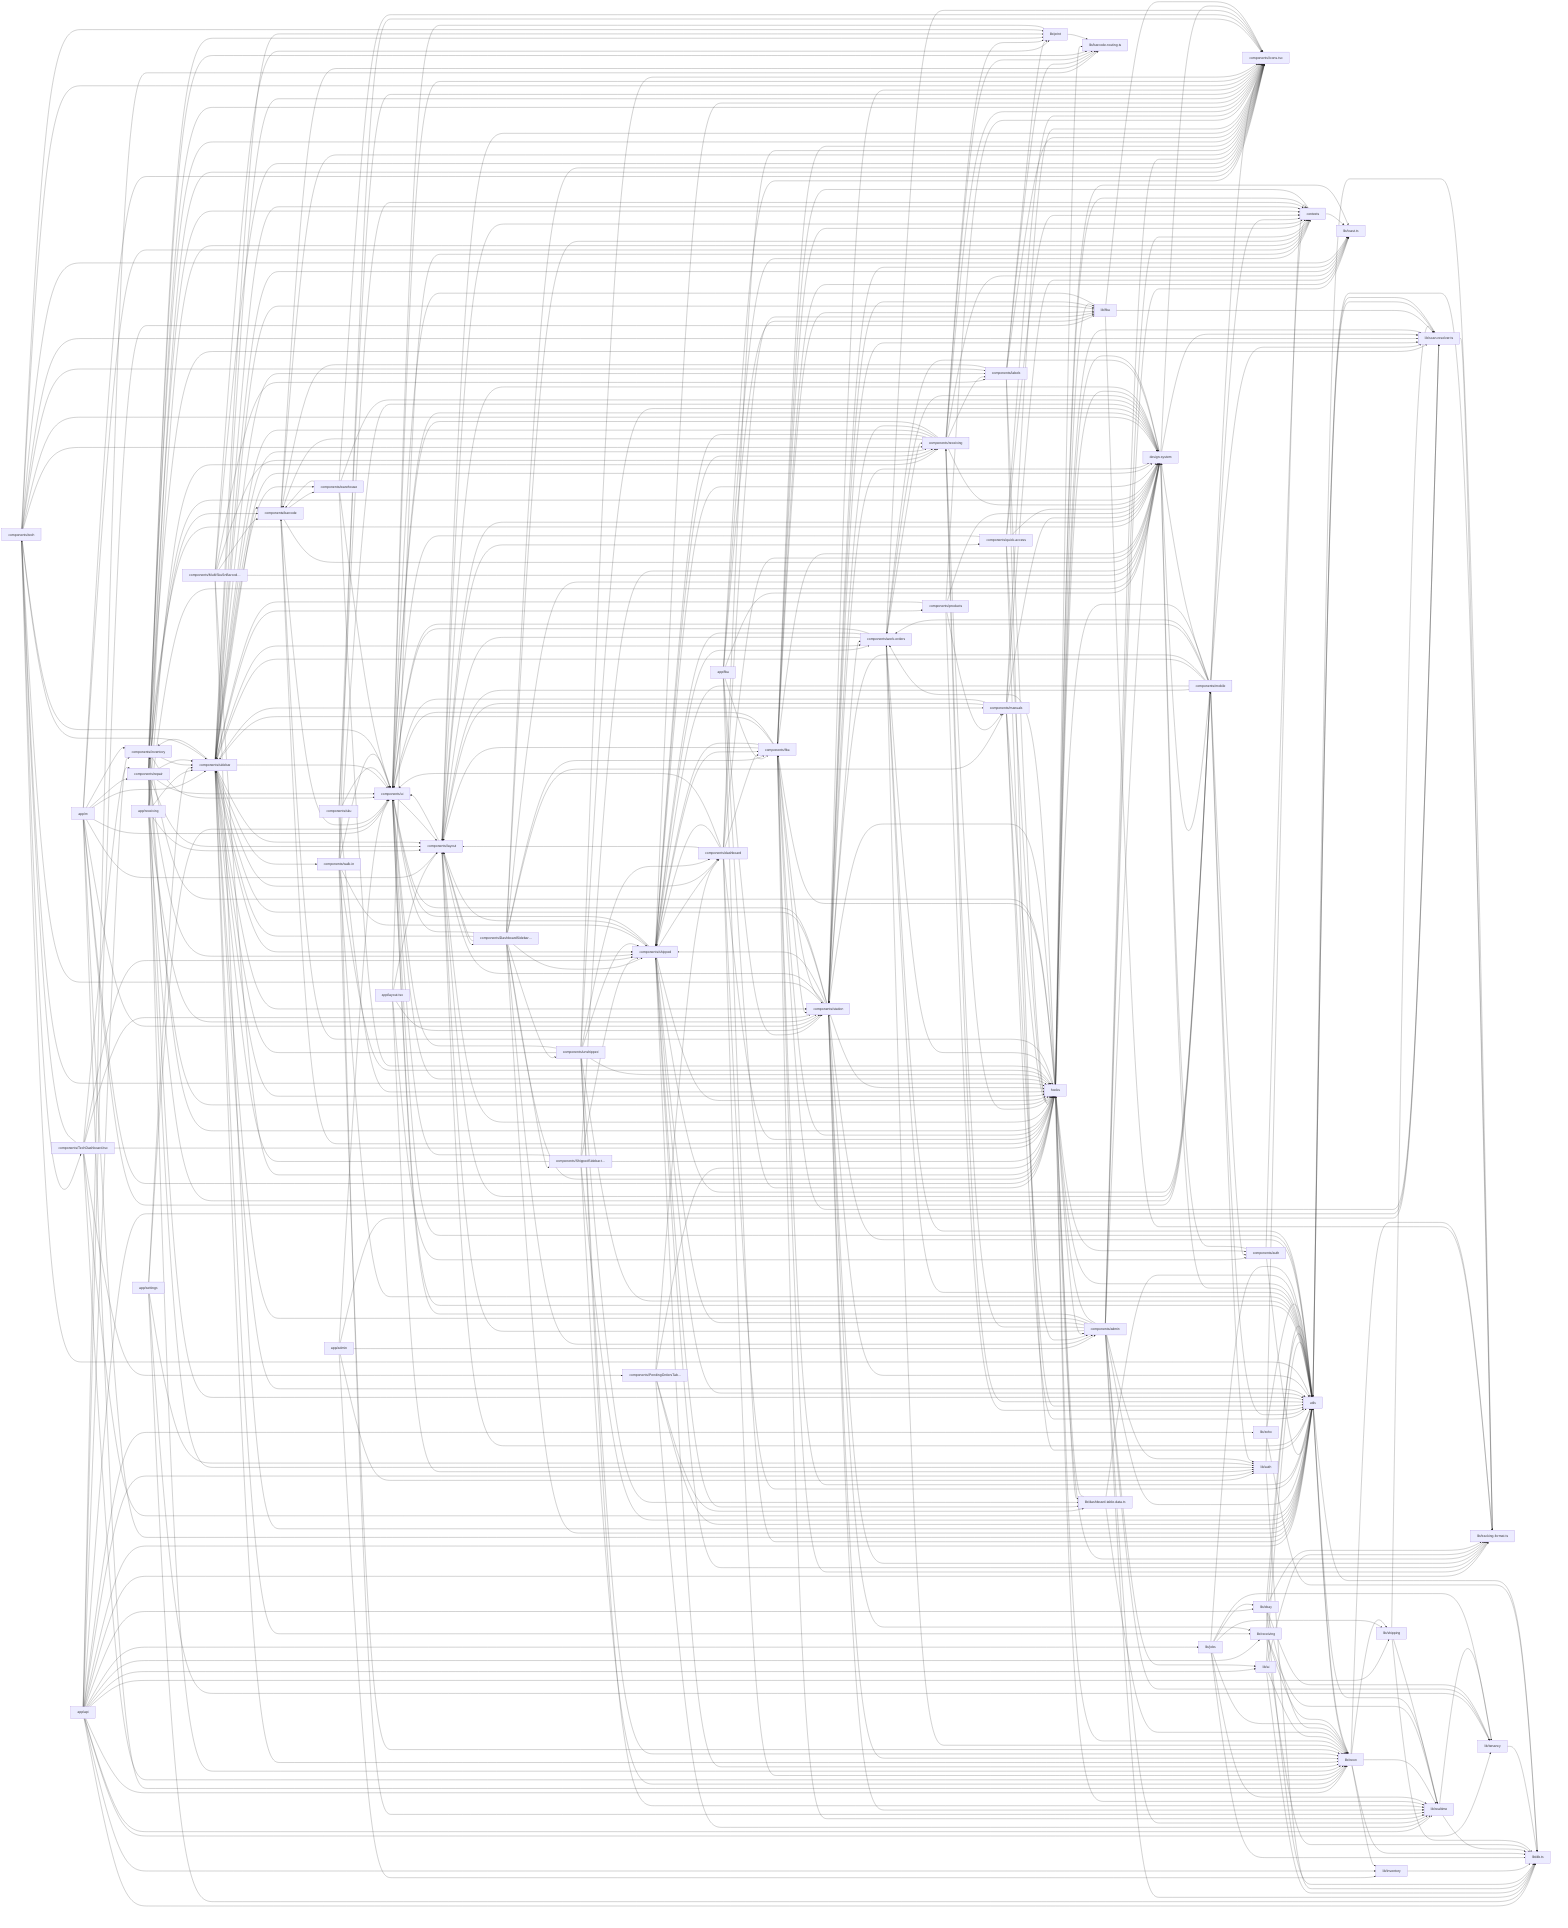
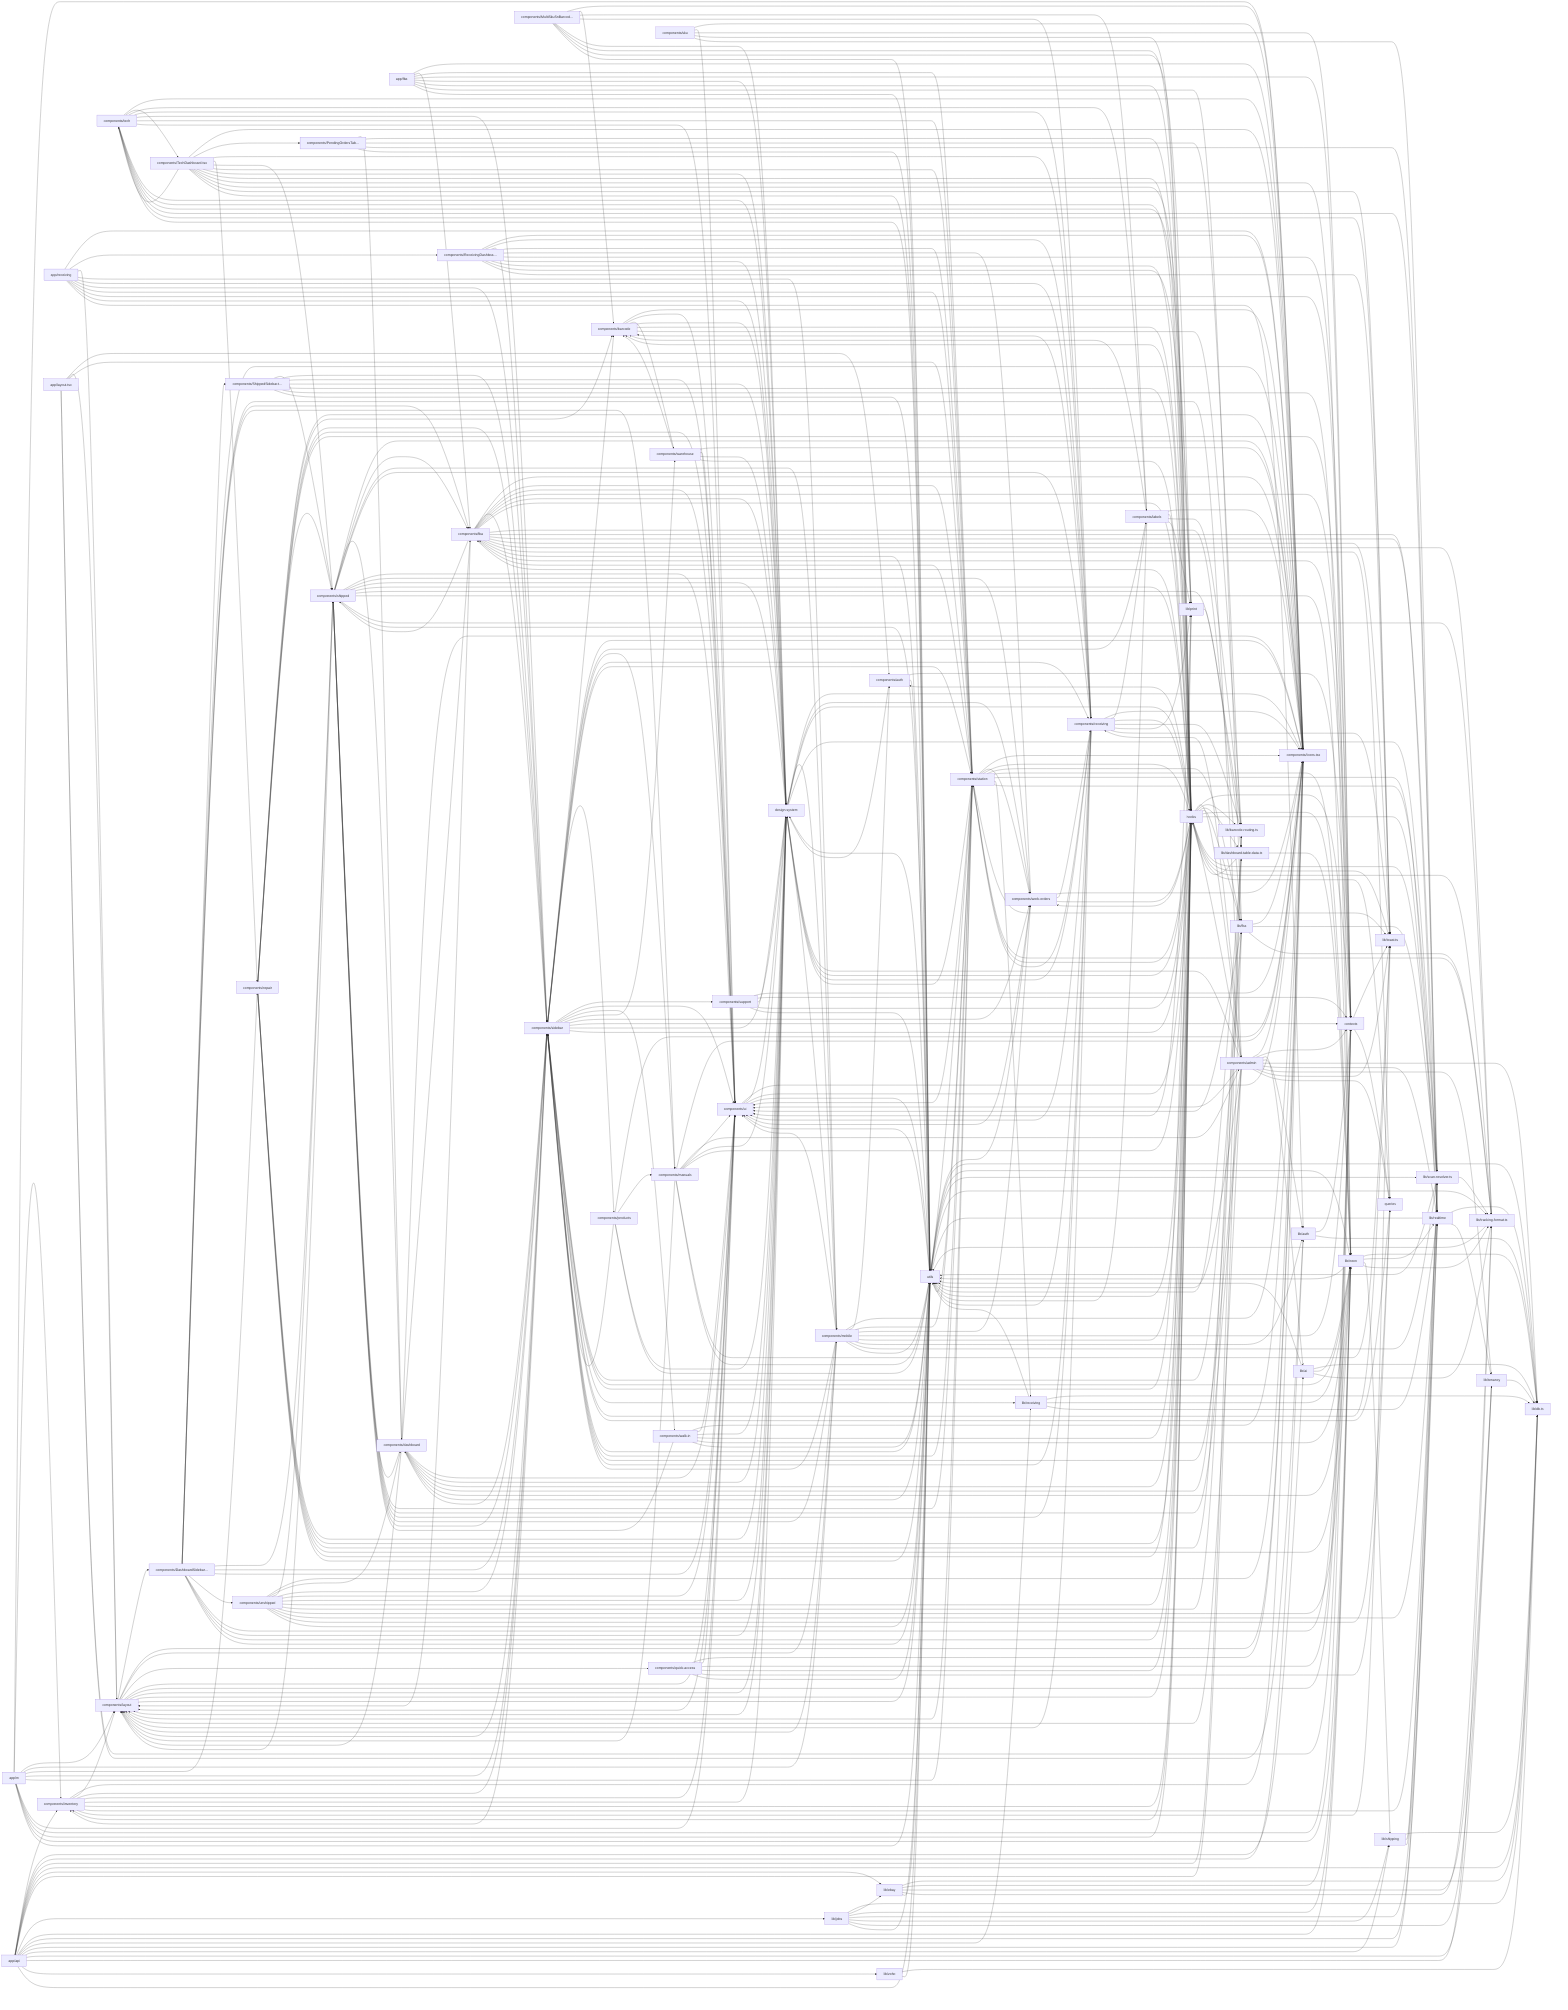
flowchart LR
  app_api["app/api"]
  click app_api "src/app/api/scan-tracking/route.ts" "Open src/app/api/scan-tracking/route.ts"
  hooks["hooks"]
  click hooks "src/hooks/_lifecycle.ts" "Open src/hooks/_lifecycle.ts"
  utils["utils"]
  click utils "src/utils/upnext-shared.ts" "Open src/utils/upnext-shared.ts"
  components_sidebar["components/sidebar"]
  click components_sidebar "src/components/sidebar/DeviceModeToggle.tsx" "Open src/components/sidebar/DeviceModeToggle.tsx"
  components_Icons_tsx["components/Icons.tsx"]
  click components_Icons_tsx "src/components/Icons.tsx" "Open src/components/Icons.tsx"
  design_system["design-system"]
  click design_system "src/design-system/index.ts" "Open src/design-system/index.ts"
  components_ui["components/ui"]
  click components_ui "src/components/ui/DeleteButton.tsx" "Open src/components/ui/DeleteButton.tsx"
  lib_db_ts["lib/db.ts"]
  click lib_db_ts "src/lib/db.ts" "Open src/lib/db.ts"
  components_station["components/station"]
  click components_station "src/components/station/BarcodeScanner.tsx" "Open src/components/station/BarcodeScanner.tsx"
  components_shipped["components/shipped"]
  click components_shipped "src/components/shipped/DateGroupHeader.tsx" "Open src/components/shipped/DateGroupHeader.tsx"
  components_layout["components/layout"]
-   click components_layout "src/components/layout/OfflineBanner.tsx" "Open src/components/layout/OfflineBanner.tsx"
+   click components_layout "src/components/layout/GlobalHeader.tsx" "Open src/components/layout/GlobalHeader.tsx"
  lib_neon["lib/neon"]
  click lib_neon "src/lib/neon/serial-units-queries.ts" "Open src/lib/neon/serial-units-queries.ts"
  contexts["contexts"]
  click contexts "src/contexts/HeaderContext.tsx" "Open src/contexts/HeaderContext.tsx"
-   components_admin["components/admin"]
-   click components_admin "src/components/admin/AccessSidebarPanel.tsx" "Open src/components/admin/AccessSidebarPanel.tsx"
  components_receiving["components/receiving"]
  click components_receiving "src/components/receiving/Mode2Unboxing.tsx" "Open src/components/receiving/Mode2Unboxing.tsx"
+   components_admin["components/admin"]
+   click components_admin "src/components/admin/SkuCatalogManagementTab.tsx" "Open src/components/admin/SkuCatalogManagementTab.tsx"
  components_mobile["components/mobile"]
  click components_mobile "src/components/mobile/ScanSurface.tsx" "Open src/components/mobile/ScanSurface.tsx"
  components_fba["components/fba"]
  click components_fba "src/components/fba/FbaShippedTable.tsx" "Open src/components/fba/FbaShippedTable.tsx"
-   components_work_orders["components/work-orders"]
-   click components_work_orders "src/components/work-orders/WorkOrderInfoStrip.tsx" "Open src/components/work-orders/WorkOrderInfoStrip.tsx"
  lib_realtime["lib/realtime"]
  click lib_realtime "src/lib/realtime/db-events.ts" "Open src/lib/realtime/db-events.ts"
+   components_tech["components/tech"]
+   click components_tech "src/components/tech/UpNextActionDock.tsx" "Open src/components/tech/UpNextActionDock.tsx"
  components_repair["components/repair"]
  click components_repair "src/components/repair/SignaturePad.tsx" "Open src/components/repair/SignaturePad.tsx"
  lib_auth["lib/auth"]
  click lib_auth "src/lib/auth/permission-registry.ts" "Open src/lib/auth/permission-registry.ts"
-   components_DashboardSidebar_tsx["components/DashboardSidebar…"]
-   click components_DashboardSidebar_tsx "src/components/DashboardSidebar.tsx" "Open src/components/DashboardSidebar.tsx"
-   components_tech["components/tech"]
-   click components_tech "src/components/tech/UpNextActionDock.tsx" "Open src/components/tech/UpNextActionDock.tsx"
+   components_TechDashboard_tsx["components/TechDashboard.tsx"]
+   click components_TechDashboard_tsx "src/components/TechDashboard.tsx" "Open src/components/TechDashboard.tsx"
+   components_inventory["components/inventory"]
+   click components_inventory "src/components/inventory/InventoryShell.tsx" "Open src/components/inventory/InventoryShell.tsx"
  lib_scan_resolver_ts["lib/scan-resolver.ts"]
  click lib_scan_resolver_ts "src/lib/scan-resolver.ts" "Open src/lib/scan-resolver.ts"
  lib_tracking_format_ts["lib/tracking-format.ts"]
  click lib_tracking_format_ts "src/lib/tracking-format.ts" "Open src/lib/tracking-format.ts"
+   components_DashboardSidebar_tsx["components/DashboardSidebar…"]
+   click components_DashboardSidebar_tsx "src/components/DashboardSidebar.tsx" "Open src/components/DashboardSidebar.tsx"
  components_dashboard["components/dashboard"]
  click components_dashboard "src/components/dashboard/StockZohoOrdersTable.tsx" "Open src/components/dashboard/StockZohoOrdersTable.tsx"
  components_barcode["components/barcode"]
  click components_barcode "src/components/barcode/SkuInput.tsx" "Open src/components/barcode/SkuInput.tsx"
+   components_unshipped["components/unshipped"]
+   click components_unshipped "src/components/unshipped/UnshippedTable.tsx" "Open src/components/unshipped/UnshippedTable.tsx"
+   components_work_orders["components/work-orders"]
+   click components_work_orders "src/components/work-orders/WorkOrderInfoStrip.tsx" "Open src/components/work-orders/WorkOrderInfoStrip.tsx"
  lib_jobs["lib/jobs"]
  click lib_jobs "src/lib/jobs/ebay-sync.ts" "Open src/lib/jobs/ebay-sync.ts"
  app_m["app/m"]
  click app_m "src/app/m/layout.tsx" "Open src/app/m/layout.tsx"
-   components_unshipped["components/unshipped"]
-   click components_unshipped "src/components/unshipped/UnshippedTable.tsx" "Open src/components/unshipped/UnshippedTable.tsx"
  components_manuals["components/manuals"]
  click components_manuals "src/components/manuals/ManualsLibrarySidebar.tsx" "Open src/components/manuals/ManualsLibrarySidebar.tsx"
-   components_inventory["components/inventory"]
-   click components_inventory "src/components/inventory/InventoryShell.tsx" "Open src/components/inventory/InventoryShell.tsx"
+   lib_toast_ts["lib/toast.ts"]
+   click lib_toast_ts "src/lib/toast.ts" "Open src/lib/toast.ts"
+   components_ReceivingDashboard_tsx["components/ReceivingDashboa…"]
+   click components_ReceivingDashboard_tsx "src/components/ReceivingDashboard.tsx" "Open src/components/ReceivingDashboard.tsx"
+   lib_print["lib/print"]
+   click lib_print "src/lib/print/printLabel.ts" "Open src/lib/print/printLabel.ts"
  lib_fba["lib/fba"]
  click lib_fba "src/lib/fba/board-item.ts" "Open src/lib/fba/board-item.ts"
  app_receiving["app/receiving"]
  click app_receiving "src/app/receiving/page.tsx" "Open src/app/receiving/page.tsx"
+   components_labels["components/labels"]
+   click components_labels "src/components/labels/ReceivingCartonLabel.tsx" "Open src/components/labels/ReceivingCartonLabel.tsx"
  components_walk_in["components/walk-in"]
  click components_walk_in "src/components/walk-in/SalesDetailsPanel.tsx" "Open src/components/walk-in/SalesDetailsPanel.tsx"
  lib_tenancy["lib/tenancy"]
  click lib_tenancy "src/lib/tenancy/db.test.ts" "Open src/lib/tenancy/db.test.ts"
-   components_TechDashboard_tsx["components/TechDashboard.tsx"]
-   click components_TechDashboard_tsx "src/components/TechDashboard.tsx" "Open src/components/TechDashboard.tsx"
-   components_labels["components/labels"]
-   click components_labels "src/components/labels/ReceivingCartonLabel.tsx" "Open src/components/labels/ReceivingCartonLabel.tsx"
  components_warehouse["components/warehouse"]
  click components_warehouse "src/components/warehouse/roomFinderContext.tsx" "Open src/components/warehouse/roomFinderContext.tsx"
-   lib_toast_ts["lib/toast.ts"]
-   click lib_toast_ts "src/lib/toast.ts" "Open src/lib/toast.ts"
-   lib_print["lib/print"]
-   click lib_print "src/lib/print/printLabel.ts" "Open src/lib/print/printLabel.ts"
  app_layout_tsx["app/layout.tsx"]
  click app_layout_tsx "src/app/layout.tsx" "Open src/app/layout.tsx"
  components_ShippedSidebar_tsx["components/ShippedSidebar.t…"]
  click components_ShippedSidebar_tsx "src/components/ShippedSidebar.tsx" "Open src/components/ShippedSidebar.tsx"
  components_quick_access["components/quick-access"]
  click components_quick_access "src/components/quick-access/RecentSection.tsx" "Open src/components/quick-access/RecentSection.tsx"
+   components_support["components/support"]
+   click components_support "src/components/support/zendesk/badges.ts" "Open src/components/support/zendesk/badges.ts"
  components_sku["components/sku"]
  click components_sku "src/components/sku/BinRowDetailsSheet.tsx" "Open src/components/sku/BinRowDetailsSheet.tsx"
  lib_shipping["lib/shipping"]
  click lib_shipping "src/lib/shipping/repository.ts" "Open src/lib/shipping/repository.ts"
  lib_ai["lib/ai"]
  click lib_ai "src/lib/ai/date-range.test.ts" "Open src/lib/ai/date-range.test.ts"
  lib_receiving["lib/receiving"]
-   click lib_receiving "src/lib/receiving/line-catalog.ts" "Open src/lib/receiving/line-catalog.ts"
+   click lib_receiving "src/lib/receiving/serial-attach.test.ts" "Open src/lib/receiving/serial-attach.test.ts"
  app_fba["app/fba"]
  click app_fba "src/app/fba/page.tsx" "Open src/app/fba/page.tsx"
+   queries["queries"]
+   click queries "src/queries/keys.ts" "Open src/queries/keys.ts"
  components_MultiSkuSnBarcode_tsx["components/MultiSkuSnBarcod…"]
  click components_MultiSkuSnBarcode_tsx "src/components/MultiSkuSnBarcode.tsx" "Open src/components/MultiSkuSnBarcode.tsx"
  components_PendingOrdersTable_tsx["components/PendingOrdersTab…"]
  click components_PendingOrdersTable_tsx "src/components/PendingOrdersTable.tsx" "Open src/components/PendingOrdersTable.tsx"
  components_products["components/products"]
  click components_products "src/components/products/types.ts" "Open src/components/products/types.ts"
  components_auth["components/auth"]
  click components_auth "src/components/auth/StepUpModal.tsx" "Open src/components/auth/StepUpModal.tsx"
  lib_dashboard_table_data_ts["lib/dashboard-table-data.ts"]
  click lib_dashboard_table_data_ts "src/lib/dashboard-table-data.ts" "Open src/lib/dashboard-table-data.ts"
  lib_barcode_routing_ts["lib/barcode-routing.ts"]
  click lib_barcode_routing_ts "src/lib/barcode-routing.ts" "Open src/lib/barcode-routing.ts"
  lib_zoho["lib/zoho"]
  click lib_zoho "src/lib/zoho/mock.ts" "Open src/lib/zoho/mock.ts"
  lib_ebay["lib/ebay"]
  click lib_ebay "src/lib/ebay/token-refresh.ts" "Open src/lib/ebay/token-refresh.ts"
-   lib_inventory["lib/inventory"]
-   click lib_inventory "src/lib/inventory/internal-gtin.ts" "Open src/lib/inventory/internal-gtin.ts"
-   app_settings["app/settings"]
-   click app_settings "src/app/settings/page.tsx" "Open src/app/settings/page.tsx"
-   app_admin["app/admin"]
-   click app_admin "src/app/admin/page.tsx" "Open src/app/admin/page.tsx"
-   app_admin --> components_admin
-   app_admin --> components_ui
-   app_admin --> lib_auth
-   app_admin --> lib_inventory
-   app_admin --> lib_scan_resolver_ts
  app_api --> components_inventory
  app_api --> lib_ai
  app_api --> lib_auth
  app_api --> lib_barcode_routing_ts
  app_api --> lib_db_ts
  app_api --> lib_ebay
  app_api --> lib_fba
-   app_api --> lib_inventory
  app_api --> lib_jobs
  app_api --> lib_neon
  app_api --> lib_realtime
  app_api --> lib_receiving
  app_api --> lib_scan_resolver_ts
  app_api --> lib_shipping
  app_api --> lib_tenancy
  app_api --> lib_tracking_format_ts
  app_api --> lib_zoho
  app_api --> utils
  app_fba --> components_Icons_tsx
  app_fba --> components_fba
  app_fba --> components_station
  app_fba --> contexts
  app_fba --> design_system
  app_fba --> hooks
  app_fba --> lib_fba
  app_fba --> utils
  app_layout_tsx --> components_auth
  app_layout_tsx --> components_layout
  app_layout_tsx --> components_station
  app_layout_tsx --> contexts
  app_layout_tsx --> lib_auth
  app_m --> components_Icons_tsx
  app_m --> components_inventory
  app_m --> components_layout
  app_m --> components_mobile
  app_m --> components_repair
  app_m --> components_sidebar
  app_m --> components_station
  app_m --> components_ui
  app_m --> contexts
  app_m --> hooks
  app_m --> lib_neon
  app_m --> utils
  app_receiving --> components_Icons_tsx
+   app_receiving --> components_ReceivingDashboard_tsx
  app_receiving --> components_layout
  app_receiving --> components_mobile
  app_receiving --> components_receiving
  app_receiving --> components_sidebar
  app_receiving --> components_station
  app_receiving --> contexts
  app_receiving --> design_system
  app_receiving --> lib_auth
-   app_settings --> components_sidebar
-   app_settings --> components_ui
-   app_settings --> lib_auth
-   app_settings --> lib_db_ts
-   app_settings --> lib_tenancy
  components_DashboardSidebar_tsx --> components_Icons_tsx
  components_DashboardSidebar_tsx --> components_ShippedSidebar_tsx
  components_DashboardSidebar_tsx --> components_admin
  components_DashboardSidebar_tsx --> components_fba
-   components_DashboardSidebar_tsx --> components_layout
  components_DashboardSidebar_tsx --> components_manuals
  components_DashboardSidebar_tsx --> components_shipped
  components_DashboardSidebar_tsx --> components_sidebar
  components_DashboardSidebar_tsx --> components_ui
  components_DashboardSidebar_tsx --> components_unshipped
  components_DashboardSidebar_tsx --> contexts
  components_DashboardSidebar_tsx --> design_system
  components_DashboardSidebar_tsx --> hooks
  components_DashboardSidebar_tsx --> utils
  components_MultiSkuSnBarcode_tsx --> components_Icons_tsx
  components_MultiSkuSnBarcode_tsx --> components_barcode
  components_MultiSkuSnBarcode_tsx --> components_labels
  components_MultiSkuSnBarcode_tsx --> components_receiving
  components_MultiSkuSnBarcode_tsx --> design_system
  components_MultiSkuSnBarcode_tsx --> hooks
  components_MultiSkuSnBarcode_tsx --> lib_print
  components_MultiSkuSnBarcode_tsx --> utils
  components_PendingOrdersTable_tsx --> components_dashboard
  components_PendingOrdersTable_tsx --> hooks
  components_PendingOrdersTable_tsx --> lib_dashboard_table_data_ts
  components_PendingOrdersTable_tsx --> lib_realtime
  components_PendingOrdersTable_tsx --> utils
+   components_ReceivingDashboard_tsx --> components_Icons_tsx
+   components_ReceivingDashboard_tsx --> components_receiving
+   components_ReceivingDashboard_tsx --> components_sidebar
+   components_ReceivingDashboard_tsx --> components_station
+   components_ReceivingDashboard_tsx --> components_work_orders
+   components_ReceivingDashboard_tsx --> contexts
+   components_ReceivingDashboard_tsx --> design_system
+   components_ReceivingDashboard_tsx --> hooks
+   components_ReceivingDashboard_tsx --> lib_print
+   components_ReceivingDashboard_tsx --> lib_toast_ts
  components_ShippedSidebar_tsx --> components_shipped
  components_ShippedSidebar_tsx --> components_sidebar
  components_ShippedSidebar_tsx --> components_ui
  components_ShippedSidebar_tsx --> design_system
  components_ShippedSidebar_tsx --> hooks
  components_ShippedSidebar_tsx --> lib_neon
  components_ShippedSidebar_tsx --> utils
+   components_TechDashboard_tsx --> components_Icons_tsx
  components_TechDashboard_tsx --> components_PendingOrdersTable_tsx
+   components_TechDashboard_tsx --> components_receiving
  components_TechDashboard_tsx --> components_repair
  components_TechDashboard_tsx --> components_shipped
  components_TechDashboard_tsx --> components_station
  components_TechDashboard_tsx --> components_tech
+   components_TechDashboard_tsx --> design_system
  components_TechDashboard_tsx --> hooks
  components_TechDashboard_tsx --> lib_neon
+   components_TechDashboard_tsx --> lib_print
+   components_TechDashboard_tsx --> lib_toast_ts
  components_TechDashboard_tsx --> utils
  components_admin --> components_Icons_tsx
  components_admin --> components_layout
  components_admin --> components_receiving
  components_admin --> components_shipped
  components_admin --> components_sidebar
  components_admin --> components_ui
  components_admin --> contexts
  components_admin --> design_system
  components_admin --> hooks
  components_admin --> lib_ai
  components_admin --> lib_auth
  components_admin --> lib_db_ts
  components_admin --> lib_realtime
  components_admin --> lib_tenancy
  components_admin --> lib_toast_ts
+   components_admin --> queries
  components_admin --> utils
  components_auth --> contexts
  components_auth --> design_system
  components_auth --> utils
  components_barcode --> components_Icons_tsx
  components_barcode --> components_ui
  components_barcode --> components_warehouse
  components_barcode --> design_system
  components_barcode --> hooks
  components_barcode --> lib_barcode_routing_ts
  components_dashboard --> components_Icons_tsx
  components_dashboard --> components_fba
  components_dashboard --> components_layout
  components_dashboard --> components_shipped
  components_dashboard --> components_ui
  components_dashboard --> design_system
  components_dashboard --> hooks
  components_dashboard --> lib_fba
  components_dashboard --> lib_neon
  components_dashboard --> utils
  components_fba --> components_Icons_tsx
  components_fba --> components_layout
  components_fba --> components_shipped
  components_fba --> components_sidebar
  components_fba --> components_station
  components_fba --> components_ui
  components_fba --> contexts
  components_fba --> design_system
  components_fba --> hooks
  components_fba --> lib_fba
  components_fba --> lib_realtime
  components_fba --> lib_scan_resolver_ts
  components_fba --> lib_toast_ts
  components_fba --> lib_tracking_format_ts
+   components_fba --> queries
  components_fba --> utils
  components_inventory --> components_Icons_tsx
+   components_inventory --> components_layout
  components_inventory --> components_sidebar
  components_inventory --> components_ui
  components_inventory --> design_system
  components_inventory --> hooks
  components_inventory --> lib_scan_resolver_ts
+   components_inventory --> lib_toast_ts
  components_labels --> components_Icons_tsx
  components_labels --> components_barcode
  components_labels --> hooks
  components_labels --> lib_barcode_routing_ts
  components_labels --> lib_print
  components_labels --> utils
  components_layout --> components_DashboardSidebar_tsx
  components_layout --> components_Icons_tsx
  components_layout --> components_mobile
  components_layout --> components_quick_access
  components_layout --> components_ui
  components_layout --> contexts
  components_layout --> design_system
  components_layout --> hooks
  components_layout --> utils
  components_manuals --> components_Icons_tsx
  components_manuals --> components_admin
  components_manuals --> components_layout
  components_manuals --> components_ui
  components_manuals --> design_system
  components_manuals --> hooks
  components_manuals --> lib_toast_ts
  components_manuals --> utils
  components_mobile --> components_Icons_tsx
  components_mobile --> components_auth
  components_mobile --> components_layout
  components_mobile --> components_shipped
  components_mobile --> components_sidebar
  components_mobile --> components_station
  components_mobile --> components_ui
  components_mobile --> components_work_orders
  components_mobile --> contexts
  components_mobile --> design_system
  components_mobile --> hooks
  components_mobile --> lib_auth
  components_mobile --> lib_scan_resolver_ts
  components_mobile --> utils
  components_products --> components_Icons_tsx
  components_products --> components_manuals
  components_products --> components_sidebar
  components_products --> design_system
  components_products --> utils
  components_quick_access --> components_Icons_tsx
  components_quick_access --> components_ui
  components_quick_access --> contexts
-   components_quick_access --> design_system
  components_quick_access --> hooks
+   components_quick_access --> queries
  components_quick_access --> utils
  components_receiving --> components_Icons_tsx
  components_receiving --> components_barcode
  components_receiving --> components_labels
+   components_receiving --> components_layout
  components_receiving --> components_shipped
  components_receiving --> components_sidebar
  components_receiving --> components_station
  components_receiving --> components_ui
  components_receiving --> design_system
  components_receiving --> hooks
  components_receiving --> lib_barcode_routing_ts
  components_receiving --> lib_print
  components_receiving --> lib_toast_ts
  components_receiving --> utils
  components_repair --> components_Icons_tsx
  components_repair --> components_barcode
-   components_repair --> components_layout
  components_repair --> components_shipped
  components_repair --> components_sidebar
  components_repair --> components_ui
  components_repair --> contexts
  components_repair --> design_system
  components_repair --> hooks
  components_repair --> lib_barcode_routing_ts
  components_repair --> lib_neon
  components_repair --> lib_print
  components_repair --> utils
  components_shipped --> components_Icons_tsx
  components_shipped --> components_dashboard
  components_shipped --> components_fba
  components_shipped --> components_layout
  components_shipped --> components_mobile
  components_shipped --> components_receiving
  components_shipped --> components_ui
  components_shipped --> components_work_orders
  components_shipped --> design_system
  components_shipped --> hooks
  components_shipped --> lib_dashboard_table_data_ts
  components_shipped --> lib_neon
  components_shipped --> lib_tracking_format_ts
  components_shipped --> utils
  components_sidebar --> components_Icons_tsx
  components_sidebar --> components_barcode
  components_sidebar --> components_dashboard
  components_sidebar --> components_inventory
  components_sidebar --> components_labels
  components_sidebar --> components_layout
  components_sidebar --> components_manuals
  components_sidebar --> components_products
  components_sidebar --> components_receiving
  components_sidebar --> components_shipped
  components_sidebar --> components_station
+   components_sidebar --> components_support
  components_sidebar --> components_ui
  components_sidebar --> components_walk_in
  components_sidebar --> components_warehouse
  components_sidebar --> components_work_orders
  components_sidebar --> contexts
  components_sidebar --> design_system
  components_sidebar --> hooks
  components_sidebar --> lib_fba
  components_sidebar --> lib_neon
  components_sidebar --> lib_print
  components_sidebar --> lib_receiving
  components_sidebar --> lib_toast_ts
+   components_sidebar --> queries
  components_sidebar --> utils
  components_sku --> components_Icons_tsx
  components_sku --> components_ui
  components_sku --> contexts
  components_sku --> hooks
  components_sku --> lib_realtime
  components_station --> components_Icons_tsx
  components_station --> components_fba
  components_station --> components_layout
  components_station --> components_shipped
  components_station --> components_sidebar
  components_station --> components_ui
  components_station --> components_work_orders
  components_station --> design_system
  components_station --> hooks
  components_station --> lib_fba
  components_station --> lib_neon
  components_station --> lib_realtime
  components_station --> lib_receiving
  components_station --> lib_scan_resolver_ts
  components_station --> lib_toast_ts
  components_station --> lib_tracking_format_ts
  components_station --> utils
+   components_support --> components_Icons_tsx
+   components_support --> contexts
+   components_support --> design_system
+   components_support --> hooks
+   components_support --> utils
  components_tech --> components_Icons_tsx
  components_tech --> components_TechDashboard_tsx
  components_tech --> components_labels
  components_tech --> components_receiving
  components_tech --> components_sidebar
  components_tech --> components_station
  components_tech --> components_ui
  components_tech --> design_system
  components_tech --> hooks
  components_tech --> lib_print
  components_tech --> lib_scan_resolver_ts
  components_tech --> lib_toast_ts
  components_tech --> utils
  components_ui --> components_Icons_tsx
  components_ui --> components_layout
  components_ui --> design_system
  components_ui --> hooks
  components_ui --> utils
  components_unshipped --> components_Icons_tsx
  components_unshipped --> components_dashboard
  components_unshipped --> components_shipped
  components_unshipped --> components_sidebar
  components_unshipped --> components_ui
  components_unshipped --> design_system
  components_unshipped --> hooks
  components_unshipped --> lib_dashboard_table_data_ts
  components_unshipped --> lib_neon
  components_unshipped --> lib_realtime
+   components_unshipped --> queries
  components_unshipped --> utils
  components_walk_in --> components_Icons_tsx
  components_walk_in --> components_shipped
  components_walk_in --> components_ui
  components_walk_in --> design_system
  components_walk_in --> hooks
  components_walk_in --> lib_neon
  components_walk_in --> utils
  components_warehouse --> components_Icons_tsx
  components_warehouse --> components_barcode
  components_warehouse --> components_ui
  components_warehouse --> design_system
  components_warehouse --> hooks
  components_work_orders --> components_Icons_tsx
-   components_work_orders --> components_layout
  components_work_orders --> components_receiving
-   components_work_orders --> components_shipped
  components_work_orders --> components_ui
-   components_work_orders --> design_system
  components_work_orders --> hooks
-   components_work_orders --> lib_neon
-   components_work_orders --> utils
  contexts --> components_fba
  contexts --> lib_toast_ts
+   contexts --> queries
  design_system --> components_Icons_tsx
  design_system --> components_layout
  design_system --> components_mobile
  design_system --> components_work_orders
  design_system --> hooks
  design_system --> lib_scan_resolver_ts
  design_system --> utils
  hooks --> components_admin
  hooks --> components_auth
  hooks --> components_barcode
  hooks --> components_fba
  hooks --> components_inventory
  hooks --> components_station
  hooks --> components_work_orders
  hooks --> contexts
  hooks --> design_system
  hooks --> lib_barcode_routing_ts
  hooks --> lib_dashboard_table_data_ts
  hooks --> lib_fba
  hooks --> lib_neon
  hooks --> lib_realtime
  hooks --> lib_scan_resolver_ts
  hooks --> lib_toast_ts
  hooks --> lib_tracking_format_ts
+   hooks --> queries
  hooks --> utils
  lib_ai --> lib_db_ts
  lib_ai --> lib_neon
  lib_ai --> lib_tracking_format_ts
  lib_ai --> utils
  lib_auth --> contexts
  lib_auth --> lib_db_ts
  lib_dashboard_table_data_ts --> hooks
  lib_dashboard_table_data_ts --> lib_neon
  lib_dashboard_table_data_ts --> utils
  lib_ebay --> lib_db_ts
  lib_ebay --> lib_neon
  lib_ebay --> lib_tenancy
  lib_ebay --> lib_tracking_format_ts
  lib_ebay --> utils
  lib_fba --> components_Icons_tsx
  lib_fba --> components_ui
  lib_fba --> lib_scan_resolver_ts
  lib_fba --> lib_tracking_format_ts
-   lib_inventory --> lib_db_ts
  lib_jobs --> lib_db_ts
  lib_jobs --> lib_ebay
  lib_jobs --> lib_neon
  lib_jobs --> lib_realtime
  lib_jobs --> lib_shipping
  lib_jobs --> lib_tenancy
  lib_jobs --> utils
  lib_neon --> lib_db_ts
-   lib_neon --> lib_inventory
  lib_neon --> lib_realtime
  lib_neon --> lib_shipping
  lib_neon --> lib_tracking_format_ts
  lib_neon --> utils
  lib_print --> components_ui
  lib_print --> lib_barcode_routing_ts
  lib_realtime --> lib_db_ts
  lib_realtime --> lib_tenancy
  lib_realtime --> utils
  lib_receiving --> lib_db_ts
  lib_receiving --> lib_neon
  lib_receiving --> lib_realtime
  lib_receiving --> utils
  lib_scan_resolver_ts --> lib_tracking_format_ts
  lib_scan_resolver_ts --> utils
  lib_shipping --> lib_db_ts
  lib_shipping --> lib_realtime
  lib_shipping --> lib_scan_resolver_ts
  lib_tenancy --> lib_db_ts
  lib_tracking_format_ts --> utils
  lib_zoho --> lib_db_ts
  lib_zoho --> utils
  utils --> components_station
  utils --> components_ui
  utils --> components_work_orders
  utils --> lib_db_ts
  utils --> lib_neon
  utils --> lib_scan_resolver_ts
  utils --> lib_tracking_format_ts
-   %% truncated: 171 more groups not shown+   %% truncated: 177 more groups not shown